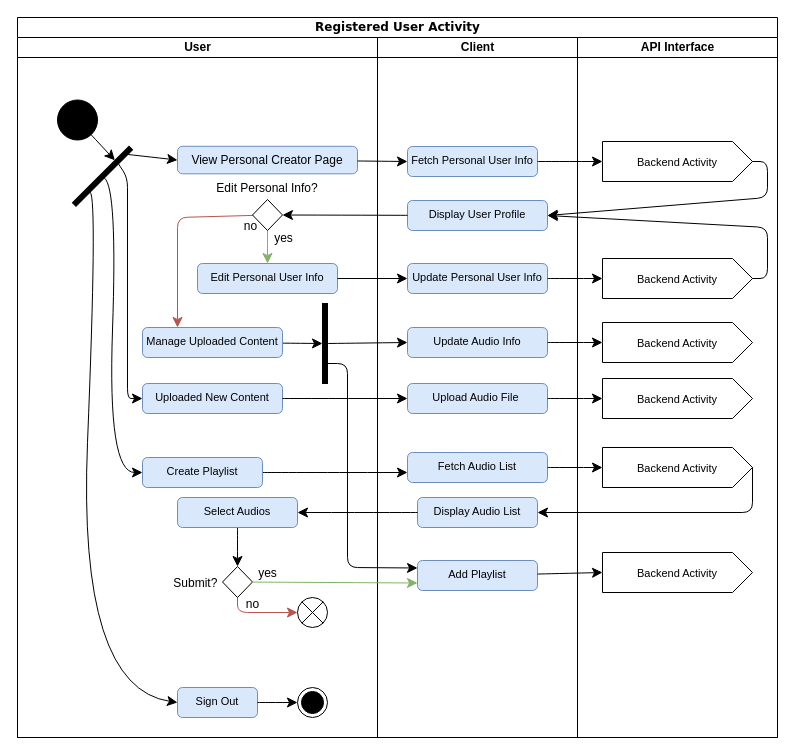
WardZid/AudioWave keeps this draw.io diagram as Diagrams/registered-user-activity.drawio. Above is the earlier version. Source tidied: cells renumbered, new cells numbered last; positions are measured from the earlier drawing's top-left corner, leaving out a move shared by most shapes. Both pictures are drawn from the tidied source at 100%, with x=0, y=0 at pixel (17, 17).
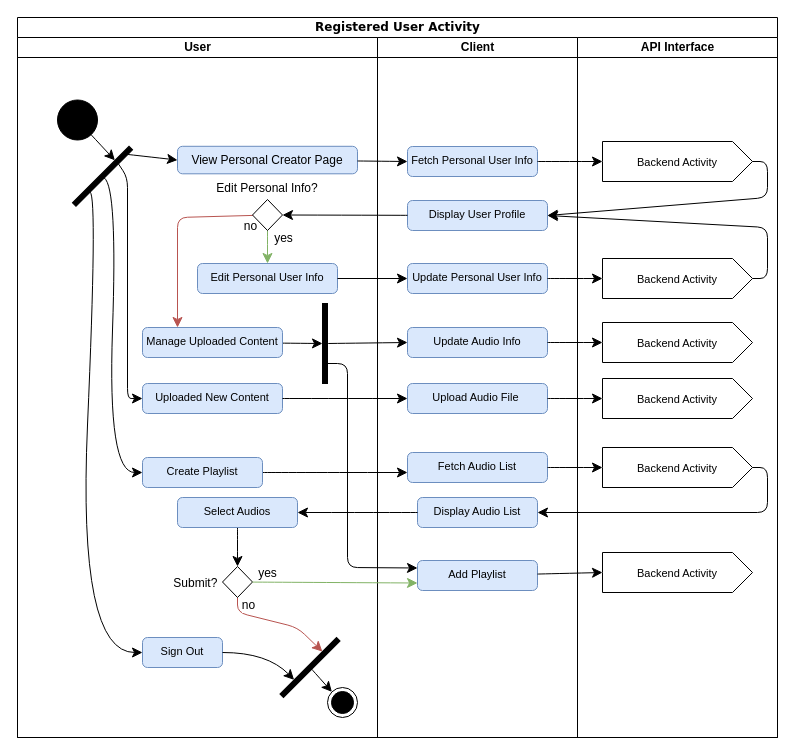
Above is the later version.

Unchanged cells that the change refers to:
```xml
<mxCell id="2" value="Registered User Activity" style="swimlane;html=1;startSize=20;rounded=0;shadow=0;comic=0;labelBackgroundColor=none;strokeWidth=1;fontFamily=Verdana;fontSize=12;align=center;" parent="1" vertex="1">
  <mxGeometry width="760" height="720" as="geometry" />
</mxCell>
<mxCell id="3" value="User" style="swimlane;html=1;startSize=20;" parent="2" vertex="1">
  <mxGeometry y="20" width="360" height="700" as="geometry" />
</mxCell>
<mxCell id="10" style="rounded=0;whiteSpace=wrap;html=1;fillColor=#000000;rotation=-45;" parent="3" vertex="1">
  <mxGeometry x="45" y="136.2" width="80" height="5" as="geometry" />
</mxCell>
<mxCell id="27" value="Submit?                         " style="rhombus;" parent="3" vertex="1">
  <mxGeometry x="205" y="529" width="30" height="31" as="geometry" />
</mxCell>
<mxCell id="40" value="&lt;span style=&quot;font-size: 11px;&quot;&gt;Display Audio List&lt;/span&gt;" style="html=1;align=center;verticalAlign=top;rounded=1;absoluteArcSize=1;arcSize=10;dashed=0;whiteSpace=wrap;fillColor=#dae8fc;strokeColor=#6c8ebf;" parent="33" vertex="1">
  <mxGeometry x="40" y="460" width="120" height="30" as="geometry" />
</mxCell>
<mxCell id="47" value="&lt;font style=&quot;font-size: 11px;&quot;&gt;Backend Activity&lt;/font&gt;" style="html=1;shape=mxgraph.infographic.ribbonSimple;notch1=0;notch2=20;align=center;verticalAlign=middle;fontSize=14;fontStyle=0;fillColor=#FFFFFF;whiteSpace=wrap;" parent="42" vertex="1">
  <mxGeometry x="25" y="410" width="150" height="40" as="geometry" />
</mxCell>
```

Diff of the diagram source:
```diff
@@
     <mxCell id="9" style="edgeStyle=none;curved=1;rounded=0;jettySize=auto;html=1;fontSize=12;startSize=8;endSize=8;exitX=0.25;exitY=1;exitDx=0;exitDy=0;entryX=0;entryY=0.5;entryDx=0;entryDy=0;" parent="3" edge="1" source="10" target="30">
       <mxGeometry relative="1" as="geometry">
         <Array as="points">
           <mxPoint x="80" y="160" />
-          <mxPoint x="60" y="650" />
+          <mxPoint x="60" y="615" />
         </Array>
       </mxGeometry>
     </mxCell>
@@
-    <mxCell id="25" style="edgeStyle=none;curved=0;rounded=1;jettySize=auto;html=1;fontSize=12;startSize=8;endSize=8;entryX=0;entryY=0.5;entryDx=0;entryDy=0;fillColor=#f8cecc;strokeColor=#b85450;" parent="3" edge="1" source="27" target="28">
+    <mxCell id="25" style="edgeStyle=none;curved=0;rounded=1;jettySize=auto;html=1;fontSize=12;startSize=8;endSize=8;entryX=0.25;entryY=1;entryDx=0;entryDy=0;fillColor=#f8cecc;strokeColor=#b85450;" parent="3" edge="1" source="27" target="67">
       <mxGeometry relative="1" as="geometry">
         <Array as="points">
           <mxPoint x="220" y="575" />
+          <mxPoint x="280" y="590" />
         </Array>
       </mxGeometry>
     </mxCell>
     <mxCell id="26" value="no" style="edgeLabel;html=1;align=center;verticalAlign=middle;fontSize=12;" parent="25" vertex="1">
       <mxGeometry x="-0.13" relative="1" as="geometry">
-        <mxPoint x="-4" y="-9" as="offset" />
+        <mxPoint x="-22" y="-16" as="offset" />
       </mxGeometry>
     </mxCell>
@@
-    <mxCell id="28" style="shape=sumEllipse;perimeter=ellipsePerimeter;html=1;backgroundOutline=1;" parent="3" vertex="1">
-      <mxGeometry x="280" y="560" width="30" height="30" as="geometry" />
-    </mxCell>
@@
     <mxCell id="30" value="&lt;span style=&quot;font-size: 11px;&quot;&gt;Sign Out&lt;/span&gt;" style="html=1;align=center;verticalAlign=top;rounded=1;absoluteArcSize=1;arcSize=10;dashed=0;whiteSpace=wrap;fillColor=#dae8fc;strokeColor=#6c8ebf;" parent="3" vertex="1">
-      <mxGeometry x="160" y="650" width="80" height="30" as="geometry" />
+      <mxGeometry x="125" y="600" width="80" height="30" as="geometry" />
     </mxCell>
     <mxCell id="31" style="ellipse;html=1;shape=endState;fillColor=strokeColor;" parent="3" vertex="1">
-      <mxGeometry x="280" y="650" width="30" height="30" as="geometry" />
+      <mxGeometry x="310" y="650" width="30" height="30" as="geometry" />
     </mxCell>
-    <mxCell id="32" style="edgeStyle=none;curved=1;rounded=0;jettySize=auto;html=1;fontSize=12;startSize=8;endSize=8;" parent="3" edge="1" source="30" target="31">
-      <mxGeometry relative="1" as="geometry" />
-    </mxCell>
+    <mxCell id="67" style="rounded=0;whiteSpace=wrap;html=1;fillColor=#000000;rotation=45;direction=south;" parent="3" vertex="1">
+      <mxGeometry x="290" y="590" width="5" height="80" as="geometry" />
+    </mxCell>
+    <mxCell id="68" style="edgeStyle=none;curved=1;rounded=0;jettySize=auto;html=1;fontSize=12;startSize=8;endSize=8;entryX=0;entryY=0;entryDx=0;entryDy=0;exitX=0.5;exitY=0;exitDx=0;exitDy=0;" parent="3" edge="1" source="67" target="31">
+      <mxGeometry relative="1" as="geometry" />
+    </mxCell>
+    <mxCell id="69" style="edgeStyle=none;curved=1;rounded=0;jettySize=auto;html=1;fontSize=12;startSize=8;endSize=8;entryX=0.75;entryY=1;entryDx=0;entryDy=0;exitX=1;exitY=0.5;exitDx=0;exitDy=0;" parent="3" edge="1" source="30" target="67">
+      <mxGeometry relative="1" as="geometry">
+        <Array as="points">
+          <mxPoint x="250" y="615" />
+        </Array>
+      </mxGeometry>
+    </mxCell>
@@
     <mxCell id="61" style="edgeStyle=none;curved=0;rounded=1;jettySize=auto;html=1;entryX=1;entryY=0.5;entryDx=0;entryDy=0;fontSize=12;startSize=8;endSize=8;exitX=1;exitY=0.5;exitDx=0;exitDy=0;exitPerimeter=0;" parent="2" edge="1" source="47" target="40">
       <mxGeometry relative="1" as="geometry">
         <Array as="points">
-          <mxPoint x="735" y="495" />
+          <mxPoint x="750" y="450" />
+          <mxPoint x="750" y="495" />
         </Array>
       </mxGeometry>
     </mxCell>
```
